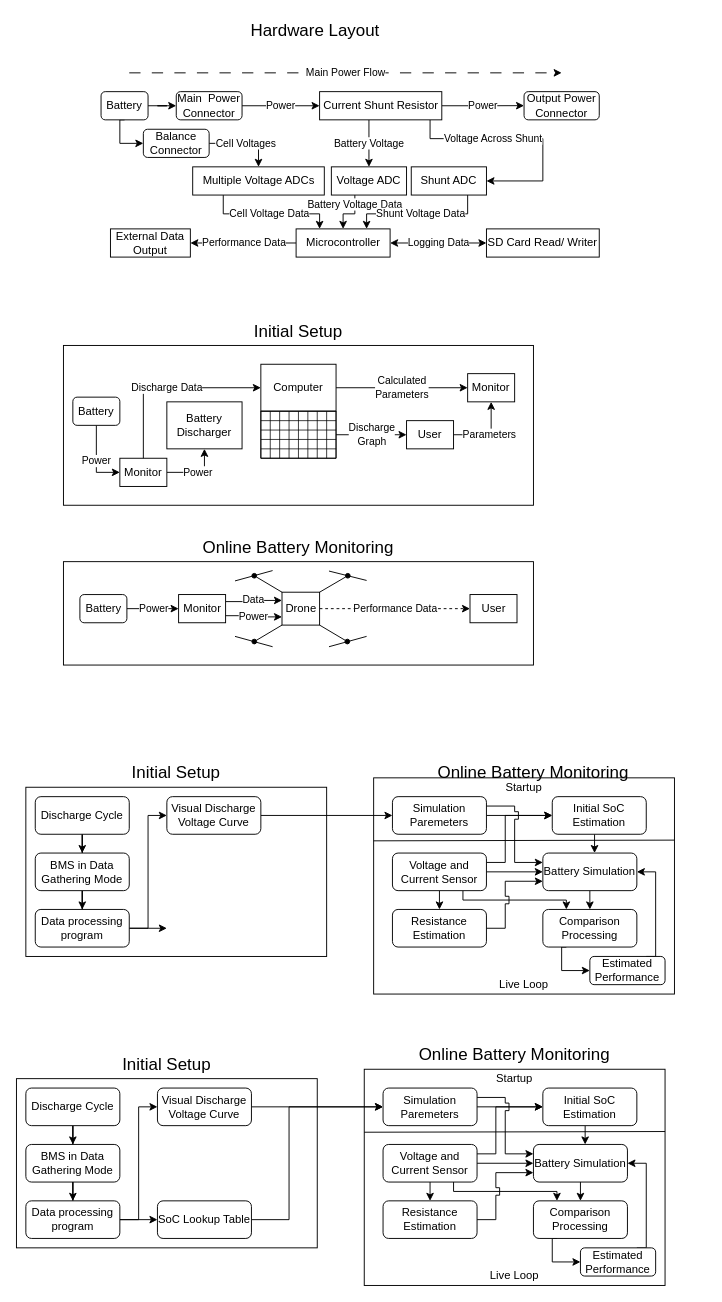
The draw.io diagram dissertation/Block Diagram.drawio in karl03/predictive-bms, before the edit. Source tidied: cells renumbered, new cells numbered last; positions are measured from the earlier drawing's top-left corner, leaving out a move shared by most shapes. Both pictures are drawn from the tidied source at 94%, with x=0, y=0 at pixel (16, 16).
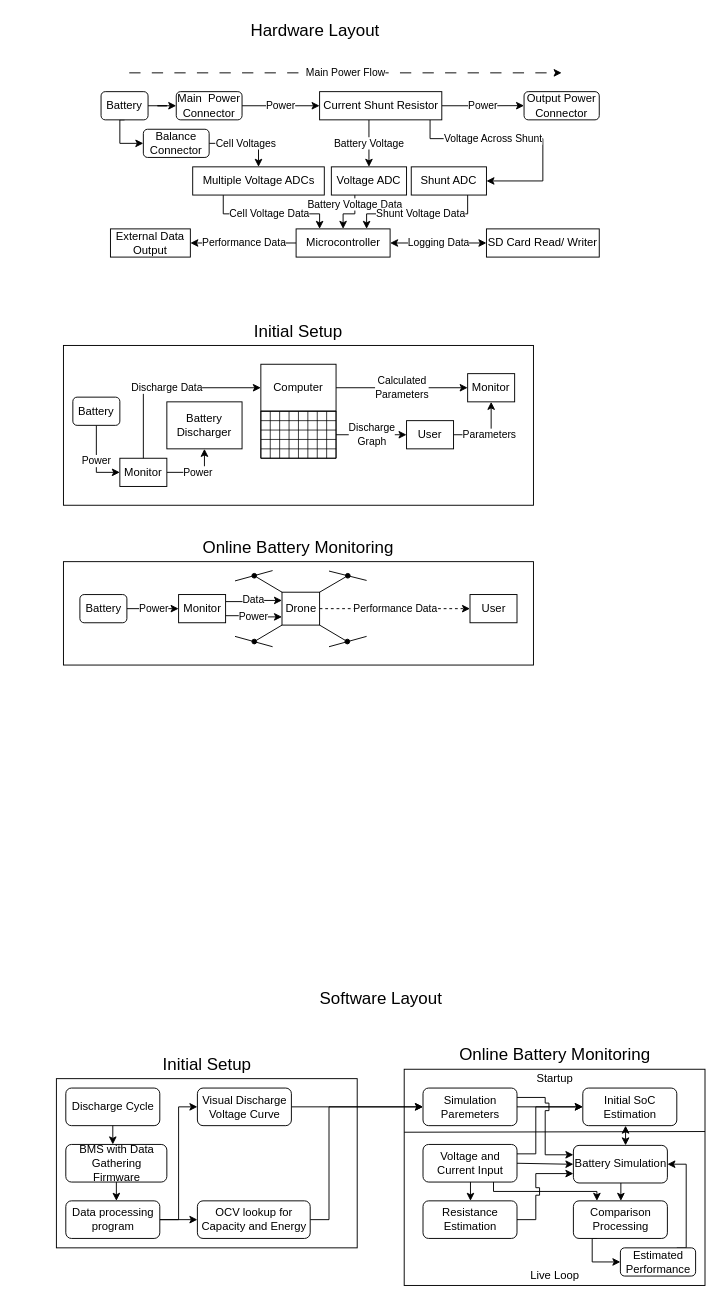
Above is the later version.

Commit message (it also covers changes not shown here):
Update timelog, diagrams, diss backup

The edit, as a diff of the source:
```diff
@@
     <mxCell id="4" style="rounded=0;whiteSpace=wrap;html=1;" parent="1" vertex="1">
-      <mxGeometry x="370" y="1120" width="320" height="230" as="geometry" />
+      <mxGeometry x="412.5" y="1120" width="320" height="230" as="geometry" />
     </mxCell>
     <mxCell id="5" style="rounded=0;whiteSpace=wrap;html=1;" parent="1" vertex="1">
-      <mxGeometry y="1130" width="320" height="180" as="geometry" />
+      <mxGeometry x="42.5" y="1130" width="320" height="180" as="geometry" />
     </mxCell>
-    <mxCell id="6" style="edgeStyle=orthogonalEdgeStyle;rounded=0;jettySize=auto;html=1;fontSize=18;" parent="1" edge="1" source="7" target="10">
-      <mxGeometry relative="1" as="geometry" />
-    </mxCell>
     <mxCell id="7" value="&lt;div&gt;Discharge Cycle&lt;/div&gt;" style="rounded=1;whiteSpace=wrap;html=1;" parent="1" vertex="1">
-      <mxGeometry x="10" y="1140" width="100" height="40" as="geometry" />
+      <mxGeometry x="52.5" y="1140" width="100" height="40" as="geometry" />
     </mxCell>
     <mxCell id="8" value="&lt;font style=&quot;font-size: 18px;&quot;&gt;Initial Setup&lt;/font&gt;" style="text;html=1;strokeColor=none;fillColor=none;align=center;verticalAlign=middle;whiteSpace=wrap;rounded=0;" parent="1" vertex="1">
-      <mxGeometry y="1100" width="320" height="30" as="geometry" />
+      <mxGeometry x="42.5" y="1100" width="320" height="30" as="geometry" />
     </mxCell>
-    <mxCell id="9" style="edgeStyle=orthogonalEdgeStyle;rounded=0;jettySize=auto;html=1;fontSize=18;" parent="1" edge="1" source="10" target="13">
-      <mxGeometry relative="1" as="geometry" />
-    </mxCell>
-    <mxCell id="10" value="BMS in Data Gathering Mode" style="rounded=1;whiteSpace=wrap;html=1;" parent="1" vertex="1">
-      <mxGeometry x="10" y="1200" width="100" height="40" as="geometry" />
+    <mxCell id="10" value="BMS with Data Gathering Firmware" style="rounded=1;whiteSpace=wrap;html=1;" parent="1" vertex="1">
+      <mxGeometry x="52.5" y="1200" width="107.5" height="40" as="geometry" />
     </mxCell>
@@
     <mxCell id="13" value="Data processing program" style="rounded=1;whiteSpace=wrap;html=1;" parent="1" vertex="1">
-      <mxGeometry x="10" y="1260" width="100" height="40" as="geometry" />
+      <mxGeometry x="52.5" y="1260" width="100" height="40" as="geometry" />
     </mxCell>
@@
     <mxCell id="15" value="Visual Discharge Voltage Curve" style="rounded=1;whiteSpace=wrap;html=1;" parent="1" vertex="1">
-      <mxGeometry x="150" y="1140" width="100" height="40" as="geometry" />
+      <mxGeometry x="192.5" y="1140" width="100" height="40" as="geometry" />
     </mxCell>
     <mxCell id="16" style="edgeStyle=orthogonalEdgeStyle;rounded=0;jettySize=auto;html=1;entryX=0;entryY=0.5;entryDx=0;entryDy=0;fontSize=18;" parent="1" edge="1" source="17" target="21">
       <mxGeometry relative="1" as="geometry">
         <Array as="points">
-          <mxPoint x="290" y="1280" />
-          <mxPoint x="290" y="1160" />
+          <mxPoint x="332.5" y="1280" />
+          <mxPoint x="332.5" y="1160" />
         </Array>
       </mxGeometry>
     </mxCell>
-    <mxCell id="17" value="SoC Lookup Table" style="rounded=1;whiteSpace=wrap;html=1;" parent="1" vertex="1">
-      <mxGeometry x="150" y="1260" width="100" height="40" as="geometry" />
+    <mxCell id="17" value="OCV lookup for Capacity and Energy" style="rounded=1;whiteSpace=wrap;html=1;" parent="1" vertex="1">
+      <mxGeometry x="192.5" y="1260" width="120" height="40" as="geometry" />
     </mxCell>
     <mxCell id="18" value="&lt;font style=&quot;font-size: 18px;&quot;&gt;Online Battery Monitoring&lt;/font&gt;" style="text;html=1;strokeColor=none;fillColor=none;align=center;verticalAlign=middle;whiteSpace=wrap;rounded=0;" parent="1" vertex="1">
-      <mxGeometry x="370" y="1090" width="320" height="30" as="geometry" />
+      <mxGeometry x="412.5" y="1090" width="320" height="30" as="geometry" />
     </mxCell>
@@
     <mxCell id="20" style="edgeStyle=elbowEdgeStyle;rounded=0;jumpStyle=sharp;jettySize=auto;html=1;entryX=0;entryY=0.25;entryDx=0;entryDy=0;fontSize=18;jumpSize=8;" parent="1" edge="1" source="21" target="37">
       <mxGeometry relative="1" as="geometry">
         <Array as="points">
-          <mxPoint x="520" y="1150" />
-          <mxPoint x="520" y="1170" />
-          <mxPoint x="500" y="1150" />
+          <mxPoint x="562.5" y="1150" />
+          <mxPoint x="562.5" y="1170" />
+          <mxPoint x="542.5" y="1150" />
         </Array>
       </mxGeometry>
     </mxCell>
     <mxCell id="21" value="Simulation Paremeters" style="rounded=1;whiteSpace=wrap;html=1;" parent="1" vertex="1">
-      <mxGeometry x="390" y="1140" width="100" height="40" as="geometry" />
+      <mxGeometry x="432.5" y="1140" width="100" height="40" as="geometry" />
     </mxCell>
-    <mxCell id="22" style="edgeStyle=elbowEdgeStyle;rounded=0;jumpStyle=sharp;jumpSize=8;jettySize=auto;html=1;fontSize=18;" parent="1" edge="1" source="23" target="37">
+    <mxCell id="22" style="edgeStyle=elbowEdgeStyle;rounded=0;jumpStyle=sharp;jumpSize=8;jettySize=auto;html=1;fontSize=18;startArrow=classic;startFill=1;" parent="1" edge="1" source="23" target="37">
       <mxGeometry relative="1" as="geometry" />
     </mxCell>
     <mxCell id="23" value="Initial SoC Estimation" style="rounded=1;whiteSpace=wrap;html=1;" parent="1" vertex="1">
-      <mxGeometry x="560" y="1140" width="100" height="40" as="geometry" />
+      <mxGeometry x="602.5" y="1140" width="100" height="40" as="geometry" />
     </mxCell>
     <mxCell id="24" style="edgeStyle=orthogonalEdgeStyle;rounded=0;jettySize=auto;html=1;entryX=0;entryY=0.5;entryDx=0;entryDy=0;fontSize=18;" parent="1" edge="1" source="28" target="23">
       <mxGeometry relative="1" as="geometry">
         <Array as="points">
-          <mxPoint x="510" y="1210" />
-          <mxPoint x="510" y="1160" />
+          <mxPoint x="552.5" y="1210" />
+          <mxPoint x="552.5" y="1160" />
         </Array>
       </mxGeometry>
     </mxCell>
@@
     <mxCell id="27" style="edgeStyle=elbowEdgeStyle;rounded=0;jumpStyle=sharp;jumpSize=8;jettySize=auto;html=1;exitX=0.75;exitY=1;exitDx=0;exitDy=0;entryX=0.25;entryY=0;entryDx=0;entryDy=0;fontSize=18;elbow=vertical;" parent="1" edge="1" source="28" target="32">
       <mxGeometry relative="1" as="geometry">
         <Array as="points">
-          <mxPoint x="550" y="1250" />
-          <mxPoint x="540" y="1250" />
-          <mxPoint x="490" y="1250" />
-          <mxPoint x="550" y="1260" />
+          <mxPoint x="592.5" y="1250" />
+          <mxPoint x="582.5" y="1250" />
+          <mxPoint x="532.5" y="1250" />
+          <mxPoint x="592.5" y="1260" />
         </Array>
       </mxGeometry>
     </mxCell>
-    <mxCell id="28" value="Voltage and Current Sensor" style="rounded=1;whiteSpace=wrap;html=1;" parent="1" vertex="1">
-      <mxGeometry x="390" y="1200" width="100" height="40" as="geometry" />
+    <mxCell id="28" value="Voltage and Current Input" style="rounded=1;whiteSpace=wrap;html=1;" parent="1" vertex="1">
+      <mxGeometry x="432.5" y="1200" width="100" height="40" as="geometry" />
     </mxCell>
     <mxCell id="29" style="edgeStyle=elbowEdgeStyle;rounded=0;jumpStyle=sharp;jumpSize=8;jettySize=auto;html=1;entryX=0;entryY=0.75;entryDx=0;entryDy=0;fontSize=18;" parent="1" edge="1" source="30" target="37">
       <mxGeometry relative="1" as="geometry">
         <Array as="points">
-          <mxPoint x="510" y="1250" />
+          <mxPoint x="552.5" y="1250" />
         </Array>
       </mxGeometry>
     </mxCell>
     <mxCell id="30" value="Resistance Estimation" style="rounded=1;whiteSpace=wrap;html=1;" parent="1" vertex="1">
-      <mxGeometry x="390" y="1260" width="100" height="40" as="geometry" />
+      <mxGeometry x="432.5" y="1260" width="100" height="40" as="geometry" />
     </mxCell>
     <mxCell id="31" style="edgeStyle=elbowEdgeStyle;rounded=0;jumpStyle=sharp;jumpSize=8;jettySize=auto;html=1;exitX=0.25;exitY=1;exitDx=0;exitDy=0;entryX=0;entryY=0.5;entryDx=0;entryDy=0;fontSize=18;" parent="1" edge="1" source="32" target="39">
       <mxGeometry relative="1" as="geometry">
         <Array as="points">
-          <mxPoint x="570" y="1310" />
+          <mxPoint x="612.5" y="1310" />
         </Array>
       </mxGeometry>
     </mxCell>
     <mxCell id="32" value="Comparison Processing" style="rounded=1;whiteSpace=wrap;html=1;" parent="1" vertex="1">
-      <mxGeometry x="550" y="1260" width="100" height="40" as="geometry" />
+      <mxGeometry x="592.5" y="1260" width="100" height="40" as="geometry" />
     </mxCell>
     <mxCell id="33" style="endArrow=none;html=1;rounded=0;fontSize=18;entryX=1;entryY=0.288;entryDx=0;entryDy=0;entryPerimeter=0;" parent="1" edge="1" target="4">
       <mxGeometry relative="1" as="geometry">
-        <mxPoint x="370" y="1187" as="sourcePoint" />
+        <mxPoint x="412.5" y="1187" as="sourcePoint" />
       </mxGeometry>
     </mxCell>
     <mxCell id="34" value="Startup" style="text;html=1;strokeColor=none;fillColor=none;align=center;verticalAlign=middle;whiteSpace=wrap;rounded=0;" parent="1" vertex="1">
-      <mxGeometry x="370" y="1120" width="320" height="20" as="geometry" />
+      <mxGeometry x="412.5" y="1120" width="320" height="20" as="geometry" />
     </mxCell>
     <mxCell id="35" value="Live Loop" style="text;html=1;strokeColor=none;fillColor=none;align=center;verticalAlign=middle;whiteSpace=wrap;rounded=0;" parent="1" vertex="1">
-      <mxGeometry x="370" y="1330" width="320" height="20" as="geometry" />
+      <mxGeometry x="412.5" y="1330" width="320" height="20" as="geometry" />
     </mxCell>
@@
     <mxCell id="37" value="Battery Simulation" style="rounded=1;whiteSpace=wrap;html=1;" parent="1" vertex="1">
-      <mxGeometry x="550" y="1200" width="100" height="40" as="geometry" />
+      <mxGeometry x="592.5" y="1201" width="100" height="40" as="geometry" />
     </mxCell>
     <mxCell id="38" style="edgeStyle=elbowEdgeStyle;rounded=0;jumpStyle=sharp;jumpSize=8;jettySize=auto;html=1;exitX=0.75;exitY=0;exitDx=0;exitDy=0;entryX=1;entryY=0.5;entryDx=0;entryDy=0;fontSize=18;" parent="1" edge="1" source="39" target="37">
       <mxGeometry relative="1" as="geometry">
         <Array as="points">
-          <mxPoint x="670" y="1240" />
-          <mxPoint x="660" y="1250" />
-          <mxPoint x="670" y="1250" />
+          <mxPoint x="712.5" y="1240" />
+          <mxPoint x="702.5" y="1250" />
+          <mxPoint x="712.5" y="1250" />
         </Array>
       </mxGeometry>
     </mxCell>
     <mxCell id="39" value="Estimated Performance" style="rounded=1;whiteSpace=wrap;html=1;" parent="1" vertex="1">
-      <mxGeometry x="600" y="1310" width="80" height="30" as="geometry" />
+      <mxGeometry x="642.5" y="1310" width="80" height="30" as="geometry" />
     </mxCell>
-    <mxCell id="40" style="rounded=0;whiteSpace=wrap;html=1;" parent="1" vertex="1">
-      <mxGeometry x="380" y="810" width="320" height="230" as="geometry" />
-    </mxCell>
-    <mxCell id="41" style="rounded=0;whiteSpace=wrap;html=1;" parent="1" vertex="1">
-      <mxGeometry x="10" y="820" width="320" height="180" as="geometry" />
-    </mxCell>
-    <mxCell id="42" style="edgeStyle=orthogonalEdgeStyle;rounded=0;jettySize=auto;html=1;fontSize=18;" parent="1" edge="1" source="43" target="46">
-      <mxGeometry relative="1" as="geometry" />
-    </mxCell>
-    <mxCell id="43" value="&lt;div&gt;Discharge Cycle&lt;/div&gt;" style="rounded=1;whiteSpace=wrap;html=1;" parent="1" vertex="1">
-      <mxGeometry x="20" y="830" width="100" height="40" as="geometry" />
-    </mxCell>
-    <mxCell id="44" value="&lt;font style=&quot;font-size: 18px;&quot;&gt;Initial Setup&lt;/font&gt;" style="text;html=1;strokeColor=none;fillColor=none;align=center;verticalAlign=middle;whiteSpace=wrap;rounded=0;" parent="1" vertex="1">
-      <mxGeometry x="10" y="790" width="320" height="30" as="geometry" />
-    </mxCell>
-    <mxCell id="45" style="edgeStyle=orthogonalEdgeStyle;rounded=0;jettySize=auto;html=1;fontSize=18;" parent="1" edge="1" source="46" target="49">
-      <mxGeometry relative="1" as="geometry" />
-    </mxCell>
-    <mxCell id="46" value="BMS in Data Gathering Mode" style="rounded=1;whiteSpace=wrap;html=1;" parent="1" vertex="1">
-      <mxGeometry x="20" y="890" width="100" height="40" as="geometry" />
-    </mxCell>
-    <mxCell id="47" style="edgeStyle=orthogonalEdgeStyle;rounded=0;jettySize=auto;html=1;entryX=0;entryY=0.5;entryDx=0;entryDy=0;fontSize=18;" parent="1" edge="1" source="49" target="51">
-      <mxGeometry relative="1" as="geometry" />
-    </mxCell>
-    <mxCell id="48" style="edgeStyle=orthogonalEdgeStyle;rounded=0;jettySize=auto;html=1;entryX=0;entryY=0.5;entryDx=0;entryDy=0;fontSize=18;" parent="1" edge="1" source="49">
-      <mxGeometry relative="1" as="geometry">
-        <mxPoint x="160" y="970" as="targetPoint" />
-      </mxGeometry>
-    </mxCell>
-    <mxCell id="49" value="Data processing program" style="rounded=1;whiteSpace=wrap;html=1;" parent="1" vertex="1">
-      <mxGeometry x="20" y="950" width="100" height="40" as="geometry" />
-    </mxCell>
-    <mxCell id="50" style="edgeStyle=orthogonalEdgeStyle;rounded=0;jettySize=auto;html=1;fontSize=18;" parent="1" edge="1" source="51" target="55">
-      <mxGeometry relative="1" as="geometry" />
-    </mxCell>
-    <mxCell id="51" value="Visual Discharge Voltage Curve" style="rounded=1;whiteSpace=wrap;html=1;" parent="1" vertex="1">
-      <mxGeometry x="160" y="830" width="100" height="40" as="geometry" />
-    </mxCell>
@@
-    <mxCell id="53" style="edgeStyle=orthogonalEdgeStyle;rounded=0;jettySize=auto;html=1;fontSize=18;" parent="1" edge="1" source="55" target="57">
-      <mxGeometry relative="1" as="geometry" />
-    </mxCell>
-    <mxCell id="54" style="edgeStyle=elbowEdgeStyle;rounded=0;jumpStyle=sharp;jettySize=auto;html=1;entryX=0;entryY=0.25;entryDx=0;entryDy=0;fontSize=18;jumpSize=8;" parent="1" edge="1" source="55" target="71">
-      <mxGeometry relative="1" as="geometry">
-        <Array as="points">
-          <mxPoint x="530" y="840" />
-          <mxPoint x="530" y="860" />
-          <mxPoint x="510" y="840" />
-        </Array>
-      </mxGeometry>
-    </mxCell>
-    <mxCell id="55" value="Simulation Paremeters" style="rounded=1;whiteSpace=wrap;html=1;" parent="1" vertex="1">
-      <mxGeometry x="400" y="830" width="100" height="40" as="geometry" />
-    </mxCell>
-    <mxCell id="56" style="edgeStyle=elbowEdgeStyle;rounded=0;jumpStyle=sharp;jumpSize=8;jettySize=auto;html=1;fontSize=18;" parent="1" edge="1" source="57" target="71">
-      <mxGeometry relative="1" as="geometry" />
-    </mxCell>
-    <mxCell id="57" value="Initial SoC Estimation" style="rounded=1;whiteSpace=wrap;html=1;" parent="1" vertex="1">
-      <mxGeometry x="570" y="830" width="100" height="40" as="geometry" />
-    </mxCell>
-    <mxCell id="58" style="edgeStyle=orthogonalEdgeStyle;rounded=0;jettySize=auto;html=1;entryX=0;entryY=0.5;entryDx=0;entryDy=0;fontSize=18;" parent="1" edge="1" source="62" target="57">
-      <mxGeometry relative="1" as="geometry">
-        <Array as="points">
-          <mxPoint x="520" y="900" />
-          <mxPoint x="520" y="850" />
-        </Array>
-      </mxGeometry>
-    </mxCell>
-    <mxCell id="59" style="edgeStyle=elbowEdgeStyle;rounded=0;jumpStyle=sharp;jumpSize=8;jettySize=auto;html=1;entryX=0;entryY=0.5;entryDx=0;entryDy=0;fontSize=18;" parent="1" edge="1" source="62" target="71">
-      <mxGeometry relative="1" as="geometry" />
-    </mxCell>
-    <mxCell id="60" style="edgeStyle=elbowEdgeStyle;rounded=0;jumpStyle=sharp;jumpSize=8;jettySize=auto;html=1;entryX=0.5;entryY=0;entryDx=0;entryDy=0;fontSize=18;" parent="1" edge="1" source="62" target="64">
-      <mxGeometry relative="1" as="geometry" />
-    </mxCell>
-    <mxCell id="61" style="edgeStyle=elbowEdgeStyle;rounded=0;jumpStyle=sharp;jumpSize=8;jettySize=auto;html=1;exitX=0.75;exitY=1;exitDx=0;exitDy=0;entryX=0.25;entryY=0;entryDx=0;entryDy=0;fontSize=18;elbow=vertical;" parent="1" edge="1" source="62" target="66">
-      <mxGeometry relative="1" as="geometry">
-        <Array as="points">
-          <mxPoint x="560" y="940" />
-          <mxPoint x="550" y="940" />
-          <mxPoint x="500" y="940" />
-          <mxPoint x="560" y="950" />
-        </Array>
-      </mxGeometry>
-    </mxCell>
-    <mxCell id="62" value="Voltage and Current Sensor" style="rounded=1;whiteSpace=wrap;html=1;" parent="1" vertex="1">
-      <mxGeometry x="400" y="890" width="100" height="40" as="geometry" />
-    </mxCell>
-    <mxCell id="63" style="edgeStyle=elbowEdgeStyle;rounded=0;jumpStyle=sharp;jumpSize=8;jettySize=auto;html=1;entryX=0;entryY=0.75;entryDx=0;entryDy=0;fontSize=18;" parent="1" edge="1" source="64" target="71">
-      <mxGeometry relative="1" as="geometry">
-        <Array as="points">
-          <mxPoint x="520" y="940" />
-        </Array>
-      </mxGeometry>
-    </mxCell>
-    <mxCell id="64" value="Resistance Estimation" style="rounded=1;whiteSpace=wrap;html=1;" parent="1" vertex="1">
-      <mxGeometry x="400" y="950" width="100" height="40" as="geometry" />
-    </mxCell>
-    <mxCell id="65" style="edgeStyle=elbowEdgeStyle;rounded=0;jumpStyle=sharp;jumpSize=8;jettySize=auto;html=1;exitX=0.25;exitY=1;exitDx=0;exitDy=0;entryX=0;entryY=0.5;entryDx=0;entryDy=0;fontSize=18;" parent="1" edge="1" source="66" target="73">
-      <mxGeometry relative="1" as="geometry">
-        <Array as="points">
-          <mxPoint x="580" y="1000" />
-        </Array>
-      </mxGeometry>
-    </mxCell>
-    <mxCell id="66" value="Comparison Processing" style="rounded=1;whiteSpace=wrap;html=1;" parent="1" vertex="1">
-      <mxGeometry x="560" y="950" width="100" height="40" as="geometry" />
-    </mxCell>
-    <mxCell id="67" style="endArrow=none;html=1;rounded=0;fontSize=18;entryX=1;entryY=0.288;entryDx=0;entryDy=0;entryPerimeter=0;" parent="1" edge="1" target="40">
-      <mxGeometry relative="1" as="geometry">
-        <mxPoint x="380" y="877" as="sourcePoint" />
-      </mxGeometry>
-    </mxCell>
-    <mxCell id="68" value="Startup" style="text;html=1;strokeColor=none;fillColor=none;align=center;verticalAlign=middle;whiteSpace=wrap;rounded=0;" parent="1" vertex="1">
-      <mxGeometry x="380" y="810" width="320" height="20" as="geometry" />
-    </mxCell>
-    <mxCell id="69" value="Live Loop" style="text;html=1;strokeColor=none;fillColor=none;align=center;verticalAlign=middle;whiteSpace=wrap;rounded=0;" parent="1" vertex="1">
-      <mxGeometry x="380" y="1020" width="320" height="20" as="geometry" />
-    </mxCell>
-    <mxCell id="70" style="edgeStyle=elbowEdgeStyle;rounded=0;jumpStyle=sharp;jumpSize=8;jettySize=auto;html=1;fontSize=18;" parent="1" edge="1" source="71" target="66">
-      <mxGeometry relative="1" as="geometry" />
-    </mxCell>
-    <mxCell id="71" value="Battery Simulation" style="rounded=1;whiteSpace=wrap;html=1;" parent="1" vertex="1">
-      <mxGeometry x="560" y="890" width="100" height="40" as="geometry" />
-    </mxCell>
-    <mxCell id="72" style="edgeStyle=elbowEdgeStyle;rounded=0;jumpStyle=sharp;jumpSize=8;jettySize=auto;html=1;exitX=0.75;exitY=0;exitDx=0;exitDy=0;entryX=1;entryY=0.5;entryDx=0;entryDy=0;fontSize=18;" parent="1" edge="1" source="73" target="71">
-      <mxGeometry relative="1" as="geometry">
-        <Array as="points">
-          <mxPoint x="680" y="930" />
-          <mxPoint x="670" y="940" />
-          <mxPoint x="680" y="940" />
-        </Array>
-      </mxGeometry>
-    </mxCell>
-    <mxCell id="73" value="Estimated Performance" style="rounded=1;whiteSpace=wrap;html=1;" parent="1" vertex="1">
-      <mxGeometry x="610" y="1000" width="80" height="30" as="geometry" />
-    </mxCell>
@@
-    <mxCell id="93" value="&lt;font style=&quot;font-size: 18px;&quot;&gt;Online Battery Monitoring&lt;/font&gt;" style="text;html=1;strokeColor=none;fillColor=none;align=center;verticalAlign=middle;whiteSpace=wrap;rounded=0;" parent="1" vertex="1">
-      <mxGeometry x="390" y="790" width="320" height="30" as="geometry" />
-    </mxCell>
@@
+    <mxCell id="143" value="&lt;font style=&quot;font-size: 18px;&quot;&gt;Software Layout&lt;br&gt;&lt;/font&gt;" style="text;html=1;strokeColor=none;fillColor=none;align=center;verticalAlign=middle;whiteSpace=wrap;rounded=0;" parent="1" vertex="1">
+      <mxGeometry x="137.5" y="1030" width="500" height="30" as="geometry" />
+    </mxCell>
+    <mxCell id="9" style="edgeStyle=orthogonalEdgeStyle;rounded=0;jettySize=auto;html=1;entryX=0.538;entryY=0;entryDx=0;entryDy=0;entryPerimeter=0;" parent="1" edge="1" source="10" target="13">
+      <mxGeometry relative="1" as="geometry" />
+    </mxCell>
+    <mxCell id="6" style="edgeStyle=orthogonalEdgeStyle;rounded=0;jettySize=auto;html=1;entryX=0.464;entryY=0.01;entryDx=0;entryDy=0;entryPerimeter=0;" parent="1" edge="1" source="7" target="10">
+      <mxGeometry relative="1" as="geometry" />
+    </mxCell>
```
